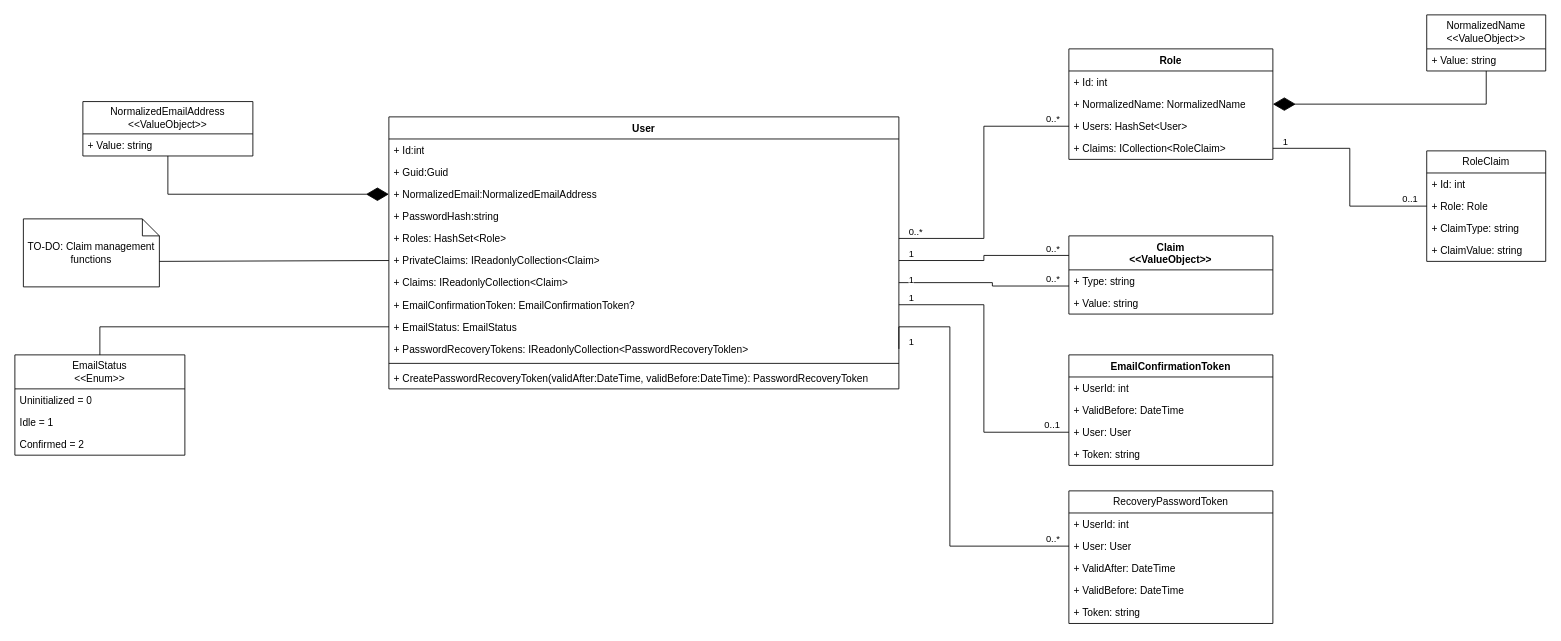
This is doc/DailyRoutine.drawio from pawel-worwag/DailyRoutine, a draw.io file, before an edit. Source tidied: cells renumbered, new cells numbered last; positions are measured from the earlier drawing's top-left corner, leaving out a move shared by most shapes. Both pictures are drawn from the tidied source at 85%, with x=0, y=0 at pixel (14, 14).
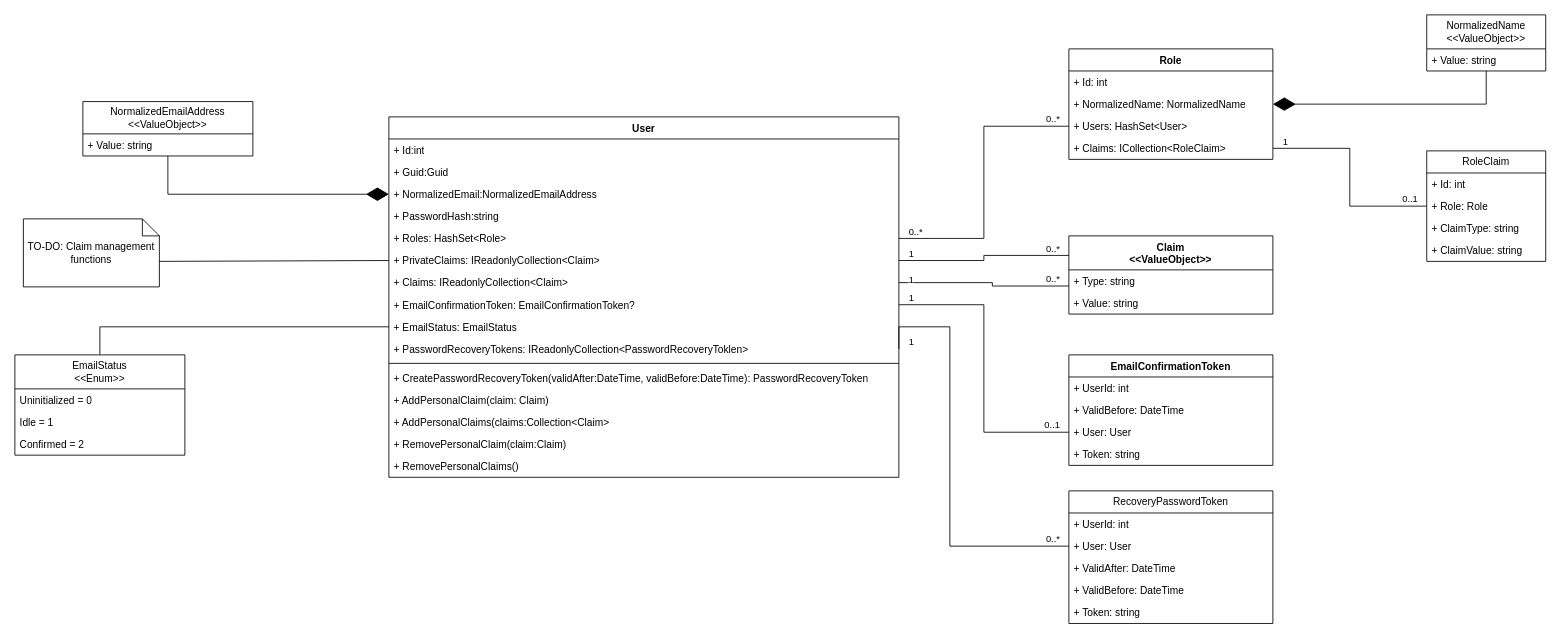
Above is the later version.

Commit message:
Personal claims

The edit, as a diff of the source:
```diff
@@
     <mxCell id="2" value="User" style="swimlane;fontStyle=1;align=center;verticalAlign=top;horizontal=1;startSize=26;whiteSpace=wrap;html=1;" parent="1" vertex="1">
-      <mxGeometry x="440" y="120" width="600" height="320" as="geometry" />
+      <mxGeometry x="440" y="120" width="600" height="424" as="geometry" />
     </mxCell>
@@
+    <mxCell id="70" value="+ AddPersonalClaim(claim: Claim)" style="text;strokeColor=none;fillColor=none;align=left;verticalAlign=top;spacingLeft=4;spacingRight=4;overflow=hidden;whiteSpace=wrap;html=1;" parent="2" vertex="1">
+      <mxGeometry y="320" width="600" height="26" as="geometry" />
+    </mxCell>
+    <mxCell id="71" value="+ AddPersonalClaims(claims:Collection&amp;lt;Claim&amp;gt;" style="text;strokeColor=none;fillColor=none;align=left;verticalAlign=top;spacingLeft=4;spacingRight=4;overflow=hidden;whiteSpace=wrap;html=1;" parent="2" vertex="1">
+      <mxGeometry y="346" width="600" height="26" as="geometry" />
+    </mxCell>
+    <mxCell id="72" value="+ RemovePersonalClaim(claim:Claim)" style="text;strokeColor=none;fillColor=none;align=left;verticalAlign=top;spacingLeft=4;spacingRight=4;overflow=hidden;whiteSpace=wrap;html=1;" parent="2" vertex="1">
+      <mxGeometry y="372" width="600" height="26" as="geometry" />
+    </mxCell>
+    <mxCell id="73" value="+ RemovePersonalClaims()" style="text;strokeColor=none;fillColor=none;align=left;verticalAlign=top;spacingLeft=4;spacingRight=4;overflow=hidden;whiteSpace=wrap;html=1;" parent="2" vertex="1">
+      <mxGeometry y="398" width="600" height="26" as="geometry" />
+    </mxCell>
```
